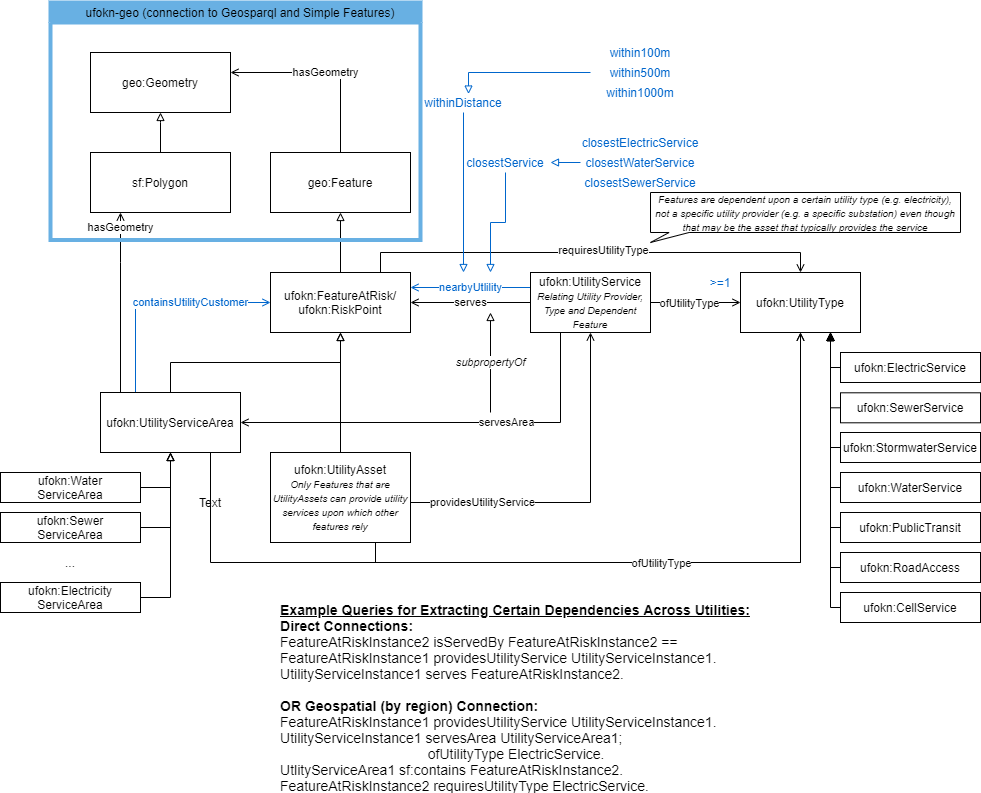
Above: UFOKN-utility-connection-pattern.png in UFOKN/Knowledge-Graph (draw.io), before the change. Source tidied: cells renumbered, new cells last; positions are measured from the earlier drawing's top-left corner, leaving out a move shared by most shapes.
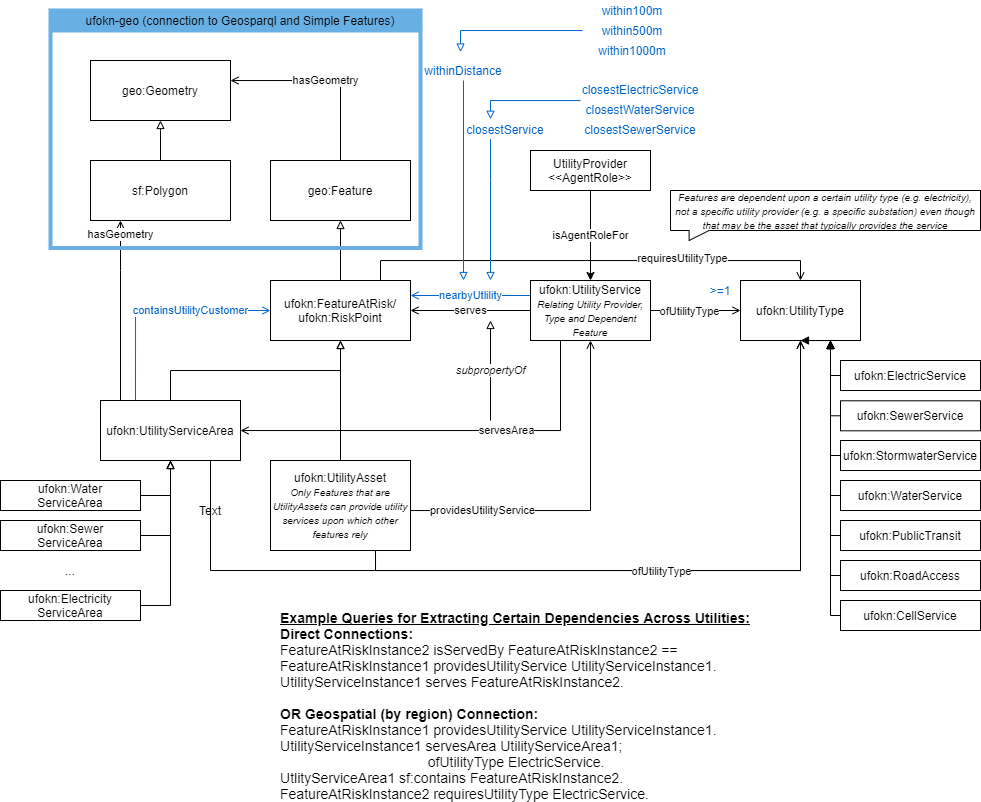
The same file after the commit.

Commit message:
Added UtilityProvider to utility connection pattern

The edit, as a diff of the source:
```diff
@@ -26,7 +26,9 @@
       </mxGeometry>
     </mxCell>
     <mxCell id="6" value="requiresUtilityType" style="edgeLabel;html=1;align=center;verticalAlign=middle;" parent="5" vertex="1">
-      <mxGeometry x="0.05" y="2" relative="1" as="geometry" />
+      <mxGeometry x="0.05" y="2" relative="1" as="geometry">
+        <mxPoint x="79.2" as="offset" />
+      </mxGeometry>
     </mxCell>
     <mxCell id="7" value="ufokn:FeatureAtRisk/&lt;br&gt;ufokn:RiskPoint" style="rounded=0;whiteSpace=wrap;html=1;" parent="1" vertex="1">
       <mxGeometry x="270" y="270" width="140" height="60" as="geometry" />
@@ -220,10 +222,14 @@
     <mxCell id="48" style="edgeStyle=orthogonalEdgeStyle;rounded=0;jettySize=auto;html=1;endArrow=block;endFill=0;strokeColor=#0066CC;fontColor=#0066CC;" parent="1" edge="1" source="53">
       <mxGeometry relative="1" as="geometry">
         <mxPoint x="490" y="270" as="targetPoint" />
+        <Array as="points">
+          <mxPoint x="490" y="170" />
+          <mxPoint x="490" y="170" />
+        </Array>
       </mxGeometry>
     </mxCell>
     <mxCell id="49" style="group;" parent="1" vertex="1">
-      <mxGeometry x="580" y="130" width="120" height="60" as="geometry" />
+      <mxGeometry x="580" y="68.8" width="120" height="60" as="geometry" />
     </mxCell>
     <mxCell id="50" value="closestElectricService" style="text;html=1;strokeColor=none;fillColor=none;align=center;verticalAlign=middle;whiteSpace=wrap;rounded=0;fontColor=#0066CC;" parent="49" vertex="1">
       <mxGeometry width="120" height="20" as="geometry" />
@@ -235,10 +241,14 @@
       <mxGeometry y="40" width="120" height="20" as="geometry" />
     </mxCell>
     <mxCell id="53" value="closestService" style="text;html=1;strokeColor=none;fillColor=none;align=center;verticalAlign=middle;whiteSpace=wrap;rounded=0;fontColor=#0066CC;" parent="1" vertex="1">
-      <mxGeometry x="460" y="150" width="90" height="20" as="geometry" />
+      <mxGeometry x="460" y="108.8" width="90" height="20" as="geometry" />
     </mxCell>
     <mxCell id="54" style="edgeStyle=orthogonalEdgeStyle;rounded=0;jettySize=auto;html=1;endArrow=block;endFill=0;strokeColor=#0066CC;fontColor=#0066CC;" parent="1" edge="1" source="51" target="53">
-      <mxGeometry relative="1" as="geometry" />
+      <mxGeometry relative="1" as="geometry">
+        <Array as="points">
+          <mxPoint x="490" y="90" />
+        </Array>
+      </mxGeometry>
     </mxCell>
     <mxCell id="55" style="edgeStyle=orthogonalEdgeStyle;rounded=0;jettySize=auto;html=1;endArrow=block;endFill=0;strokeColor=#0066CC;fontColor=#0066CC;" parent="1" edge="1" source="56">
       <mxGeometry relative="1" as="geometry">
@@ -246,10 +256,10 @@
       </mxGeometry>
     </mxCell>
     <mxCell id="56" value="withinDistance" style="text;html=1;strokeColor=none;fillColor=none;align=center;verticalAlign=middle;whiteSpace=wrap;rounded=0;fontColor=#0066CC;" parent="1" vertex="1">
-      <mxGeometry x="403" y="90" width="120" height="20" as="geometry" />
+      <mxGeometry x="403" y="50" width="120" height="20" as="geometry" />
     </mxCell>
     <mxCell id="57" style="group;" parent="1" vertex="1">
-      <mxGeometry x="590" y="40" width="100" height="60" as="geometry" />
+      <mxGeometry x="582" y="-10" width="100" height="60" as="geometry" />
     </mxCell>
     <mxCell id="58" value="within100m" style="text;html=1;strokeColor=none;fillColor=none;align=center;verticalAlign=middle;whiteSpace=wrap;rounded=0;fontColor=#0066CC;" parent="57" vertex="1">
       <mxGeometry width="100" height="20" as="geometry" />
@@ -260,14 +270,16 @@
     <mxCell id="60" value="within1000m" style="text;html=1;strokeColor=none;fillColor=none;align=center;verticalAlign=middle;whiteSpace=wrap;rounded=0;fontColor=#0066CC;" parent="57" vertex="1">
       <mxGeometry y="40" width="100" height="20" as="geometry" />
     </mxCell>
-    <mxCell id="61" style="edgeStyle=orthogonalEdgeStyle;rounded=0;jettySize=auto;html=1;entryX=0.542;entryY=0.077;entryDx=0;entryDy=0;entryPerimeter=0;endArrow=block;endFill=0;strokeColor=#0066CC;fontColor=#0066CC;" parent="1" edge="1" source="59" target="56">
-      <mxGeometry relative="1" as="geometry" />
+    <mxCell id="61" style="edgeStyle=orthogonalEdgeStyle;rounded=0;jettySize=auto;html=1;entryX=0.542;entryY=0.077;entryDx=0;entryDy=0;entryPerimeter=0;endArrow=block;endFill=0;strokeColor=#0066CC;fontColor=#0066CC;" parent="1" edge="1" source="59">
+      <mxGeometry relative="1" as="geometry">
+        <mxPoint x="460" y="41.5" as="targetPoint" />
+      </mxGeometry>
     </mxCell>
     <mxCell id="62" value="&amp;gt;=1" style="text;html=1;strokeColor=none;fillColor=none;align=center;verticalAlign=middle;whiteSpace=wrap;rounded=0;fontColor=#0066CC;" parent="1" vertex="1">
       <mxGeometry x="700" y="270" width="40" height="20" as="geometry" />
     </mxCell>
-    <mxCell id="63" value="&lt;font style=&quot;font-size: 10px&quot;&gt;&lt;i&gt;Features are dependent upon a certain utility type (e.g. electricity), not a specific utility provider (e.g. a specific substation) even though that may be the asset that typically provides the service&lt;/i&gt;&lt;/font&gt;" style="shape=callout;whiteSpace=wrap;html=1;perimeter=calloutPerimeter;position2=0;size=10;position=0.06;base=20;" parent="1" vertex="1">
-      <mxGeometry x="650" y="190" width="310" height="50" as="geometry" />
+    <mxCell id="63" value="&lt;font style=&quot;font-size: 10px&quot;&gt;&lt;i&gt;Features are dependent upon a certain utility type (e.g. electricity), not a specific utility provider (e.g. a specific substation) even though that may be the asset that typically provides the service&lt;/i&gt;&lt;/font&gt;" style="shape=callout;whiteSpace=wrap;html=1;perimeter=calloutPerimeter;position2=0.06;size=10;position=0.06;base=20;" parent="1" vertex="1">
+      <mxGeometry x="670" y="180" width="310" height="50" as="geometry" />
     </mxCell>
     <mxCell id="64" style="edgeStyle=orthogonalEdgeStyle;rounded=0;jettySize=auto;html=1;endArrow=block;endFill=1;" parent="1" edge="1" source="65" target="36">
       <mxGeometry relative="1" as="geometry">
@@ -295,5 +307,11 @@
     <mxCell id="69" value="..." style="text;html=1;strokeColor=none;fillColor=none;align=center;verticalAlign=middle;whiteSpace=wrap;rounded=0;" parent="1" vertex="1">
       <mxGeometry x="50" y="550" width="40" height="20" as="geometry" />
     </mxCell>
+    <mxCell id="70" value="isAgentRoleFor" style="edgeStyle=orthogonalEdgeStyle;rounded=0;jettySize=auto;html=1;entryX=0.5;entryY=0;entryDx=0;entryDy=0;" parent="1" edge="1" source="71" target="12">
+      <mxGeometry relative="1" as="geometry" />
+    </mxCell>
+    <mxCell id="71" value="UtilityProvider&lt;br&gt;&amp;lt;&amp;lt;AgentRole&amp;gt;&amp;gt;" style="rounded=0;whiteSpace=wrap;html=1;" parent="1" vertex="1">
+      <mxGeometry x="530" y="140" width="120" height="40" as="geometry" />
+    </mxCell>
   </root>
 </mxGraphModel>
```
